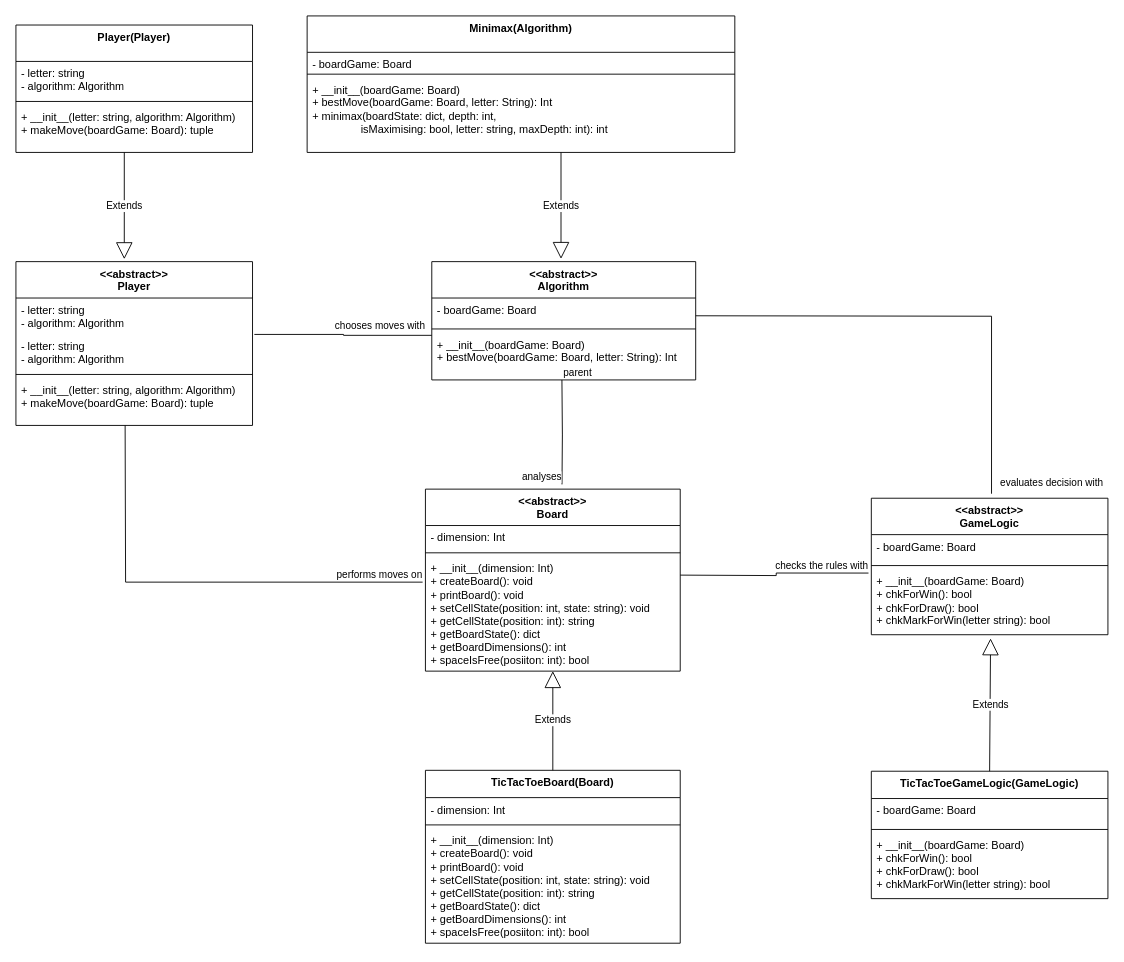
Above: module 2/module-two-uml.drawio in bennyp85/sit320-advanced-algorithms (draw.io), before the change. Source tidied: cells renumbered, new cells numbered last; positions are measured from the earlier drawing's top-left corner, leaving out a move shared by most shapes. Both pictures are drawn from the tidied source at 91%, with x=0, y=0 at pixel (15, 15).
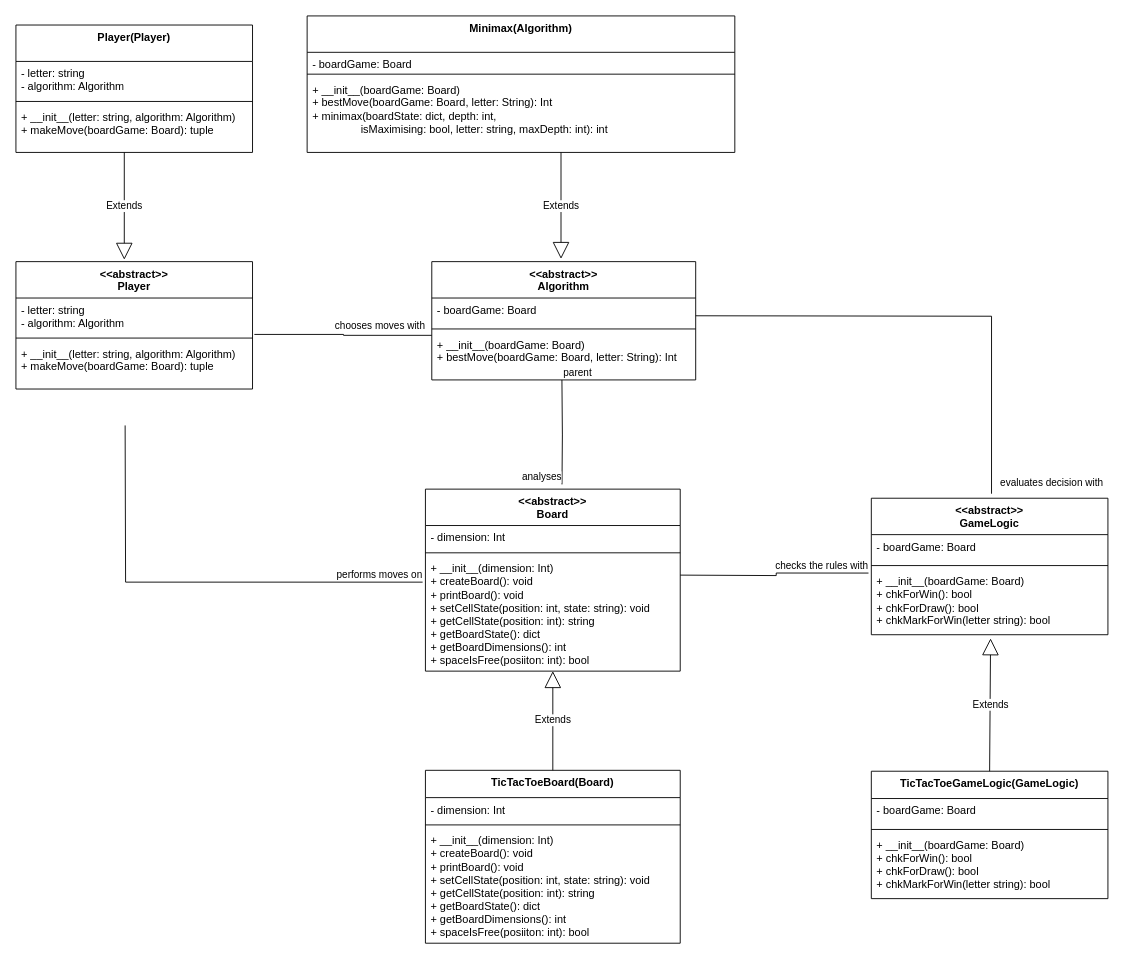
The same page after the edit.

Diff of the diagram source:
```diff
@@
     <mxCell id="14" value="&amp;lt;&amp;lt;abstract&amp;gt;&amp;gt;&lt;br&gt;Player" style="swimlane;fontStyle=1;align=center;verticalAlign=top;horizontal=1;startSize=40;whiteSpace=wrap;html=1;" parent="1" vertex="1">
-      <mxGeometry y="270" width="260" height="180" as="geometry" />
+      <mxGeometry y="270" width="260" height="140" as="geometry" />
     </mxCell>
-    <mxCell id="15" value="- letter: string&lt;br&gt;- algorithm: Algorithm" style="text;strokeColor=none;fillColor=none;align=left;verticalAlign=top;spacingLeft=4;spacingRight=4;overflow=hidden;whiteSpace=wrap;html=1;" parent="14" vertex="1">
-      <mxGeometry y="40" width="260" height="40" as="geometry" />
-    </mxCell>
     <mxCell id="16" value="- letter: string&lt;br&gt;- algorithm: Algorithm" style="text;strokeColor=none;fillColor=none;align=left;verticalAlign=top;spacingLeft=4;spacingRight=4;overflow=hidden;whiteSpace=wrap;html=1;" parent="14" vertex="1">
-      <mxGeometry y="80" width="260" height="40" as="geometry" />
+      <mxGeometry y="40" width="260" height="40" as="geometry" />
     </mxCell>
     <mxCell id="17" style="line;strokeWidth=1;fillColor=none;align=left;verticalAlign=middle;spacingTop=-1;spacingLeft=3;spacingRight=3;labelPosition=right;strokeColor=inherit;" parent="14" vertex="1">
-      <mxGeometry y="120" width="260" height="8" as="geometry" />
+      <mxGeometry y="80" width="260" height="8" as="geometry" />
     </mxCell>
     <mxCell id="18" value="+ __init__(letter: string, algorithm: Algorithm)&lt;br&gt;+ makeMove(boardGame: Board): tuple" style="text;strokeColor=none;fillColor=none;align=left;verticalAlign=top;spacingLeft=4;spacingRight=4;overflow=hidden;whiteSpace=wrap;html=1;" parent="14" vertex="1">
-      <mxGeometry y="128" width="260" height="52" as="geometry" />
+      <mxGeometry y="88" width="260" height="52" as="geometry" />
     </mxCell>
```
